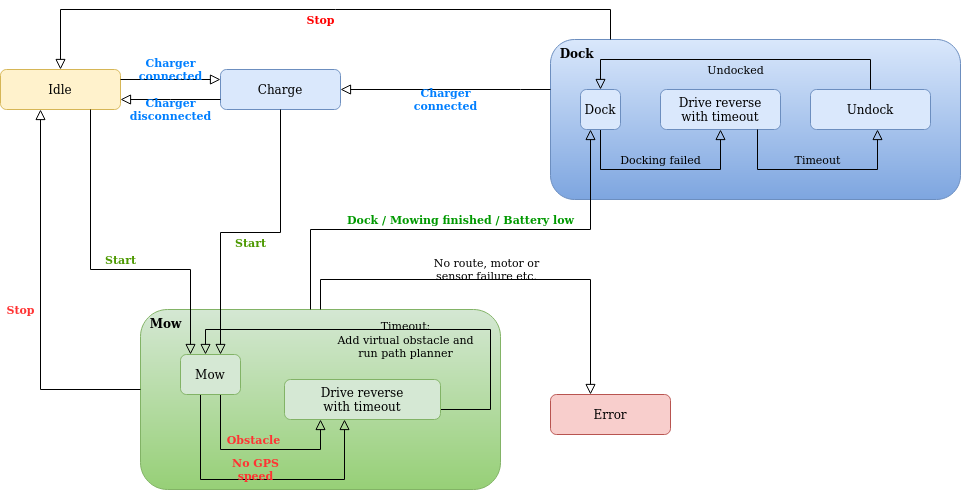
This is doc/Sunray_fsm.png from Ardumower/Sunray, a draw.io export, as it was before one commit. Source tidied: cells renumbered, new cells last; positions are measured from the earlier drawing's top-left corner, leaving out a move shared by most shapes.
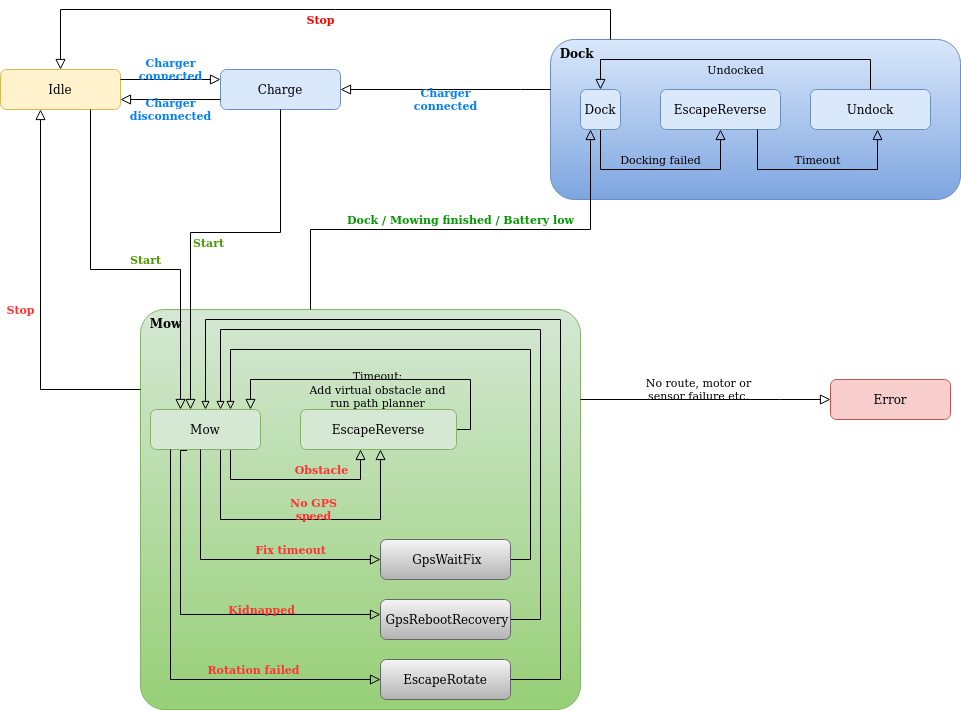
Later version of the same file.

The edit, as a diff of the source:
```diff
@@ -8,25 +8,24 @@
     <mxCell id="3" value="&amp;nbsp; &lt;b&gt;Dock&lt;/b&gt;" style="rounded=1;whiteSpace=wrap;html=1;fontSize=12;glass=0;strokeWidth=1;shadow=0;align=left;verticalAlign=top;fillColor=#dae8fc;strokeColor=#6c8ebf;gradientColor=#7ea6e0;" parent="1" vertex="1">
       <mxGeometry x="550" y="30" width="410" height="160" as="geometry" />
     </mxCell>
-    <mxCell id="4" value="&amp;nbsp; &lt;b&gt;Mow&lt;/b&gt;" style="rounded=1;whiteSpace=wrap;html=1;fontSize=12;glass=0;strokeWidth=1;shadow=0;align=left;verticalAlign=top;fillColor=#d5e8d4;strokeColor=#82b366;gradientColor=#97d077;" parent="1" vertex="1">
-      <mxGeometry x="140" y="300" width="360" height="180" as="geometry" />
+    <mxCell id="4" value="&amp;nbsp; &lt;b&gt;Mow&lt;/b&gt;" style="rounded=1;whiteSpace=wrap;html=1;fontSize=12;glass=0;strokeWidth=1;shadow=0;align=left;verticalAlign=top;fillColor=#d5e8d4;strokeColor=#82b366;gradientColor=#97d077;arcSize=6;" parent="1" vertex="1">
+      <mxGeometry x="140" y="300" width="440" height="400" as="geometry" />
     </mxCell>
     <mxCell id="5" value="Obstacle " style="edgeStyle=orthogonalEdgeStyle;rounded=0;html=1;jettySize=auto;fontSize=11;endArrow=block;endFill=0;endSize=8;strokeWidth=1;shadow=0;labelBackgroundColor=none;exitX=0.5;exitY=1;exitDx=0;exitDy=0;fontStyle=1;fontColor=#FF3333;" parent="1" edge="1" source="25" target="24">
-      <mxGeometry y="10" relative="1" as="geometry">
+      <mxGeometry x="0.35" y="10" relative="1" as="geometry">
         <Array as="points">
-          <mxPoint x="220" y="385" />
-          <mxPoint x="220" y="440" />
-          <mxPoint x="320" y="440" />
+          <mxPoint x="230" y="440" />
+          <mxPoint x="230" y="470" />
+          <mxPoint x="360" y="470" />
         </Array>
       </mxGeometry>
     </mxCell>
     <mxCell id="6" value="&lt;div&gt;Timeout: &lt;br&gt;&lt;/div&gt;&lt;div&gt;Add virtual obstacle and&lt;br&gt;&lt;/div&gt;&lt;div&gt;run path planner&lt;br&gt;&lt;/div&gt;" style="edgeStyle=orthogonalEdgeStyle;rounded=0;html=1;jettySize=auto;fontSize=11;endArrow=block;endFill=0;endSize=8;strokeWidth=1;shadow=0;labelBackgroundColor=none;exitX=1;exitY=0.5;exitDx=0;exitDy=0;" parent="1" edge="1" source="24" target="25">
       <mxGeometry y="10" relative="1" as="geometry">
         <Array as="points">
-          <mxPoint x="440" y="400" />
-          <mxPoint x="490" y="400" />
-          <mxPoint x="490" y="320" />
-          <mxPoint x="205" y="320" />
+          <mxPoint x="470" y="420" />
+          <mxPoint x="470" y="370" />
+          <mxPoint x="250" y="370" />
         </Array>
       </mxGeometry>
     </mxCell>
@@ -81,11 +80,11 @@
       </mxGeometry>
     </mxCell>
     <mxCell id="14" value="&lt;div&gt;No GPS &lt;br&gt;&lt;/div&gt;&lt;div&gt;speed&lt;/div&gt;" style="edgeStyle=orthogonalEdgeStyle;rounded=0;html=1;jettySize=auto;fontSize=11;endArrow=block;endFill=0;endSize=8;strokeWidth=1;shadow=0;labelBackgroundColor=none;exitX=0.5;exitY=1;exitDx=0;exitDy=0;fontStyle=1;fontColor=#FF3333;" parent="1" edge="1" source="25" target="24">
-      <mxGeometry y="10" relative="1" as="geometry">
+      <mxGeometry x="0.13" y="10" relative="1" as="geometry">
         <Array as="points">
-          <mxPoint x="200" y="385" />
-          <mxPoint x="200" y="470" />
-          <mxPoint x="344" y="470" />
+          <mxPoint x="220" y="440" />
+          <mxPoint x="220" y="510" />
+          <mxPoint x="380" y="510" />
         </Array>
       </mxGeometry>
     </mxCell>
@@ -98,13 +97,13 @@
       </mxGeometry>
     </mxCell>
     <mxCell id="16" value="Error" style="rounded=1;whiteSpace=wrap;html=1;fontSize=12;glass=0;strokeWidth=1;shadow=0;fillColor=#f8cecc;strokeColor=#b85450;" parent="1" vertex="1">
-      <mxGeometry x="550" y="385" width="120" height="40" as="geometry" />
+      <mxGeometry x="830" y="370" width="120" height="40" as="geometry" />
     </mxCell>
     <mxCell id="17" value="&lt;div&gt;No route, motor or &lt;br&gt;&lt;/div&gt;&lt;div&gt;sensor failure etc.&lt;/div&gt;" style="edgeStyle=orthogonalEdgeStyle;rounded=0;html=1;jettySize=auto;fontSize=11;endArrow=block;endFill=0;endSize=8;strokeWidth=1;shadow=0;labelBackgroundColor=none;" parent="1" edge="1" source="4" target="16">
       <mxGeometry x="-0.06" y="10" relative="1" as="geometry">
         <Array as="points">
-          <mxPoint x="320" y="270" />
-          <mxPoint x="590" y="270" />
+          <mxPoint x="780" y="390" />
+          <mxPoint x="780" y="390" />
         </Array>
       </mxGeometry>
     </mxCell>
@@ -112,11 +111,11 @@
       <mxGeometry x="0.1" y="10" relative="1" as="geometry">
         <Array as="points">
           <mxPoint x="90" y="260" />
-          <mxPoint x="190" y="260" />
+          <mxPoint x="180" y="260" />
         </Array>
       </mxGeometry>
     </mxCell>
-    <mxCell id="19" value="&lt;div&gt;Drive reverse&lt;/div&gt;&lt;div&gt;with timeout&lt;br&gt;&lt;/div&gt;" style="rounded=1;whiteSpace=wrap;html=1;fontSize=12;glass=0;strokeWidth=1;shadow=0;fillColor=#dae8fc;strokeColor=#6c8ebf;" parent="1" vertex="1">
+    <mxCell id="19" value="EscapeReverse" style="rounded=1;whiteSpace=wrap;html=1;fontSize=12;glass=0;strokeWidth=1;shadow=0;fillColor=#dae8fc;strokeColor=#6c8ebf;" parent="1" vertex="1">
       <mxGeometry x="660" y="80" width="120" height="40" as="geometry" />
     </mxCell>
     <mxCell id="20" value="Dock" style="rounded=1;whiteSpace=wrap;html=1;fontSize=12;glass=0;strokeWidth=1;shadow=0;fillColor=#dae8fc;strokeColor=#6c8ebf;" parent="1" vertex="1">
@@ -141,19 +140,77 @@
         </Array>
       </mxGeometry>
     </mxCell>
-    <mxCell id="24" value="&lt;div&gt;Drive reverse&lt;/div&gt;&lt;div&gt;with timeout&lt;br&gt;&lt;/div&gt;" style="rounded=1;whiteSpace=wrap;html=1;fontSize=12;glass=0;strokeWidth=1;shadow=0;fillColor=#d5e8d4;strokeColor=#82b366;" parent="1" vertex="1">
-      <mxGeometry x="284" y="370" width="156" height="40" as="geometry" />
+    <mxCell id="24" value="EscapeReverse" style="rounded=1;whiteSpace=wrap;html=1;fontSize=12;glass=0;strokeWidth=1;shadow=0;fillColor=#d5e8d4;strokeColor=#82b366;" parent="1" vertex="1">
+      <mxGeometry x="300" y="400" width="156" height="40" as="geometry" />
     </mxCell>
     <mxCell id="25" value="Mow" style="rounded=1;whiteSpace=wrap;html=1;fontSize=12;glass=0;strokeWidth=1;shadow=0;fillColor=#d5e8d4;strokeColor=#82b366;" parent="1" vertex="1">
-      <mxGeometry x="180" y="345" width="60" height="40" as="geometry" />
+      <mxGeometry x="150" y="400" width="110" height="40" as="geometry" />
     </mxCell>
     <mxCell id="26" value="Start" style="edgeStyle=orthogonalEdgeStyle;rounded=0;html=1;jettySize=auto;fontSize=11;endArrow=block;endFill=0;endSize=8;strokeWidth=1;shadow=0;labelBackgroundColor=none;fontColor=#4D9900;fontStyle=1;" parent="1" edge="1" source="2" target="25">
       <mxGeometry y="10" relative="1" as="geometry">
         <Array as="points">
           <mxPoint x="280" y="223" />
-          <mxPoint x="220" y="223" />
+          <mxPoint x="190" y="223" />
         </Array>
       </mxGeometry>
     </mxCell>
+    <mxCell id="27" style="edgeStyle=orthogonalEdgeStyle;rounded=0;jettySize=auto;html=1;exitX=1;exitY=0.5;exitDx=0;exitDy=0;endArrow=block;endFill=0;" parent="1" edge="1" source="28" target="25">
+      <mxGeometry relative="1" as="geometry">
+        <Array as="points">
+          <mxPoint x="530" y="550" />
+          <mxPoint x="530" y="340" />
+          <mxPoint x="230" y="340" />
+        </Array>
+      </mxGeometry>
+    </mxCell>
+    <mxCell id="28" value="&lt;div align=&quot;center&quot;&gt;&amp;nbsp;&lt;span&gt;GpsWaitFix&lt;/span&gt;&lt;/div&gt;" style="rounded=1;whiteSpace=wrap;html=1;fontSize=12;glass=0;strokeWidth=1;shadow=0;align=center;verticalAlign=middle;fillColor=#f5f5f5;strokeColor=#666666;gradientColor=#b3b3b3;fontStyle=0;" parent="1" vertex="1">
+      <mxGeometry x="380" y="530" width="130" height="40" as="geometry" />
+    </mxCell>
+    <mxCell id="29" value="&lt;div&gt;Fix timeout&lt;/div&gt;" style="edgeStyle=orthogonalEdgeStyle;rounded=0;html=1;jettySize=auto;fontSize=11;endArrow=block;endFill=0;endSize=8;strokeWidth=1;shadow=0;labelBackgroundColor=none;fontStyle=1;fontColor=#FF3333;" parent="1" edge="1" source="25" target="28">
+      <mxGeometry x="0.38" y="10" relative="1" as="geometry">
+        <Array as="points">
+          <mxPoint x="200" y="550" />
+        </Array>
+      </mxGeometry>
+    </mxCell>
+    <mxCell id="30" style="edgeStyle=orthogonalEdgeStyle;rounded=0;jettySize=auto;html=1;exitX=1;exitY=0.5;exitDx=0;exitDy=0;endArrow=block;endFill=0;" parent="1" edge="1" source="31" target="25">
+      <mxGeometry relative="1" as="geometry">
+        <Array as="points">
+          <mxPoint x="540" y="610" />
+          <mxPoint x="540" y="320" />
+          <mxPoint x="220" y="320" />
+        </Array>
+      </mxGeometry>
+    </mxCell>
+    <mxCell id="31" value="&lt;div align=&quot;center&quot;&gt;&amp;nbsp;&lt;span&gt;GpsRebootRecovery&lt;/span&gt;&lt;/div&gt;" style="rounded=1;whiteSpace=wrap;html=1;fontSize=12;glass=0;strokeWidth=1;shadow=0;align=center;verticalAlign=middle;fillColor=#f5f5f5;strokeColor=#666666;gradientColor=#b3b3b3;fontStyle=0;" parent="1" vertex="1">
+      <mxGeometry x="380" y="590" width="130" height="40" as="geometry" />
+    </mxCell>
+    <mxCell id="32" value="Kidnapped" style="edgeStyle=orthogonalEdgeStyle;rounded=0;html=1;jettySize=auto;fontSize=11;endArrow=block;endFill=0;endSize=8;strokeWidth=1;shadow=0;labelBackgroundColor=none;fontStyle=1;fontColor=#FF3333;exitX=0.333;exitY=1.025;exitDx=0;exitDy=0;exitPerimeter=0;" parent="1" edge="1" source="25" target="31">
+      <mxGeometry x="0.35" y="5" relative="1" as="geometry">
+        <Array as="points">
+          <mxPoint x="180" y="605" />
+        </Array>
+        <mxPoint x="1" as="offset" />
+      </mxGeometry>
+    </mxCell>
+    <mxCell id="33" style="edgeStyle=orthogonalEdgeStyle;rounded=0;jettySize=auto;html=1;exitX=1;exitY=0.5;exitDx=0;exitDy=0;endArrow=block;endFill=0;" parent="1" edge="1" source="34" target="25">
+      <mxGeometry relative="1" as="geometry">
+        <Array as="points">
+          <mxPoint x="560" y="670" />
+          <mxPoint x="560" y="310" />
+          <mxPoint x="205" y="310" />
+        </Array>
+      </mxGeometry>
+    </mxCell>
+    <mxCell id="34" value="EscapeRotate" style="rounded=1;whiteSpace=wrap;html=1;fontSize=12;glass=0;strokeWidth=1;shadow=0;align=center;verticalAlign=middle;fillColor=#f5f5f5;strokeColor=#666666;gradientColor=#b3b3b3;fontStyle=0;" parent="1" vertex="1">
+      <mxGeometry x="380" y="650" width="130" height="40" as="geometry" />
+    </mxCell>
+    <mxCell id="35" value="Rotation failed" style="edgeStyle=orthogonalEdgeStyle;rounded=0;html=1;jettySize=auto;fontSize=11;endArrow=block;endFill=0;endSize=8;strokeWidth=1;shadow=0;labelBackgroundColor=none;fontStyle=1;fontColor=#FF3333;" parent="1" edge="1" source="25" target="34">
+      <mxGeometry x="0.42" y="10" relative="1" as="geometry">
+        <Array as="points">
+          <mxPoint x="170" y="670" />
+        </Array>
+      </mxGeometry>
+    </mxCell>
   </root>
 </mxGraphModel>
```
